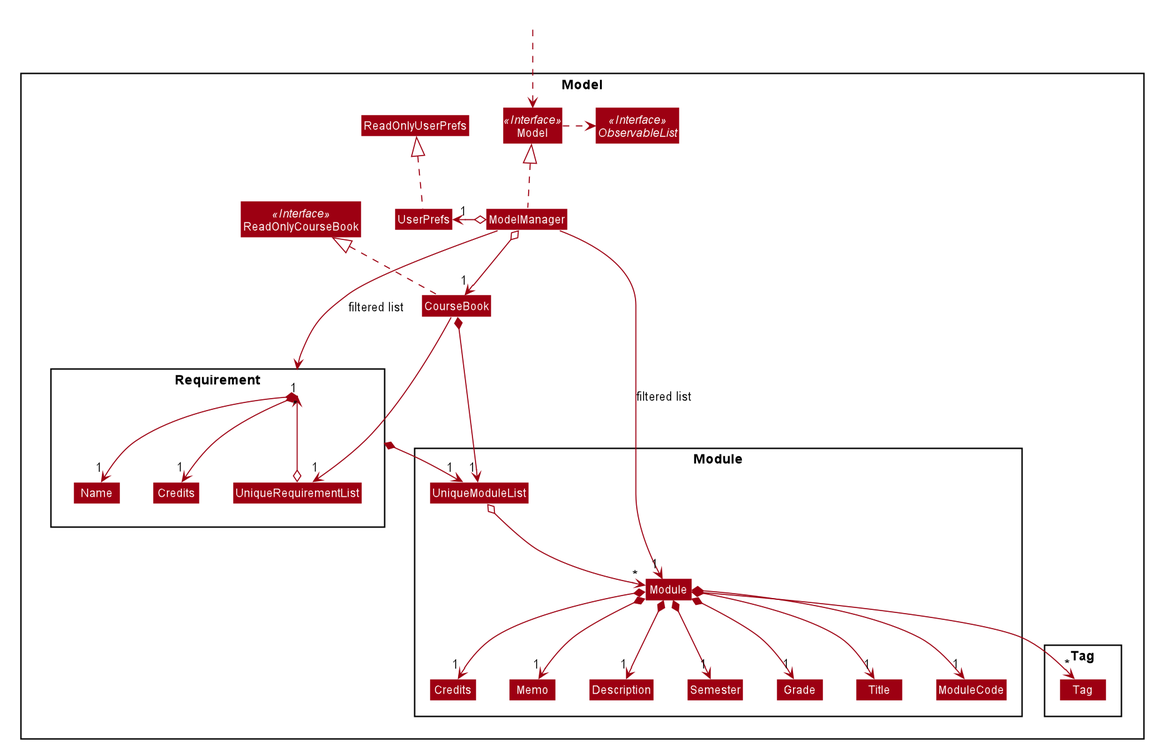
Earlier version of the PlantUML export images/ModelClassDiagram.png (AY1920S2-CS2103T-F09-3/main).
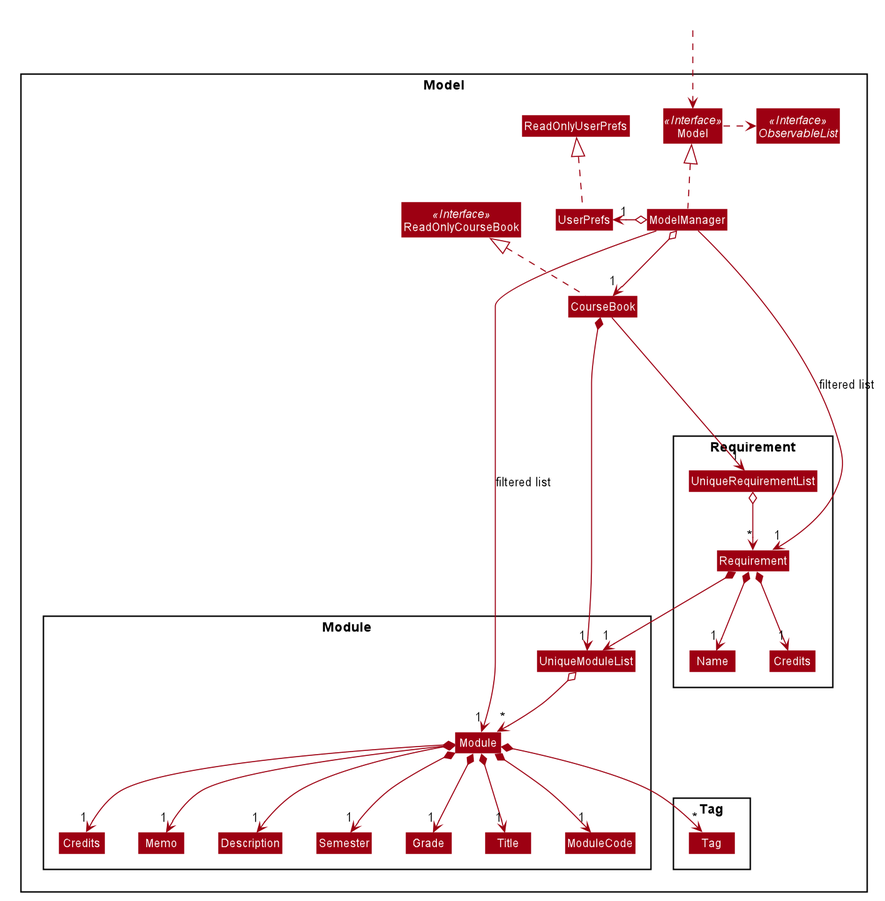
After the commit.

Change to the diagram source:
```diff
@@ -64,6 +64,7 @@
 Class ReadOnlyUserPrefs
 
 Package Requirement {
+Class Requirement
 Class Name
 Class "Credits" as c1
 Class UniqueRequirementList
```
